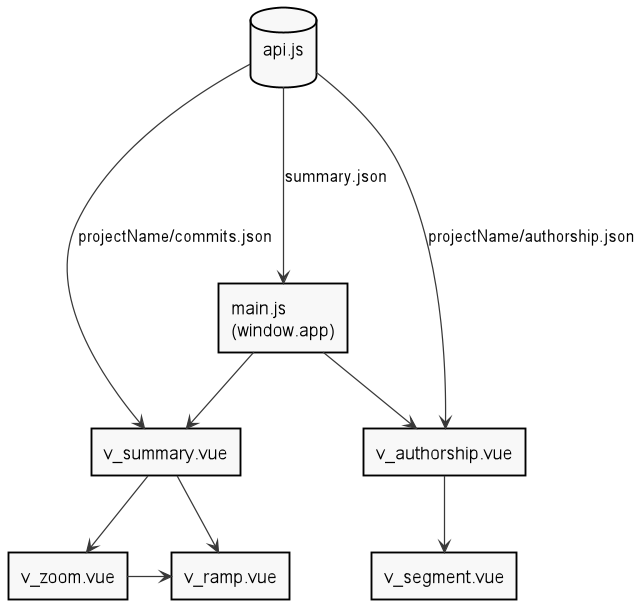
reposense/RepoSense keeps this PlantUML diagram as docs/images/report-architecture.png. Above is the earlier version.
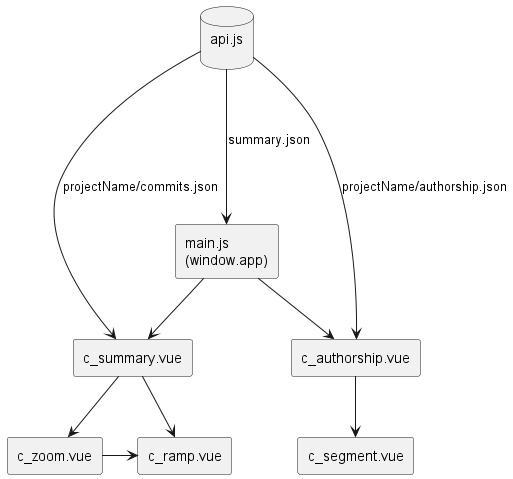
After the change.

Commit message:
Update architecture diagrams

Change to the diagram source:
```diff
@@ -4,22 +4,22 @@
 skinparam Shadowing false
 
 rectangle "main.js\n(window.app)" as main
-rectangle "v_zoom.vue" as v_zoom
-rectangle "v_ramp.vue" as v_ramp
-rectangle "v_summary.vue" as v_summary
-rectangle "v_authorship.vue" as v_authorship
-rectangle "v_segment.vue" as v_segment
+rectangle "c_zoom.vue" as c_zoom
+rectangle "c_ramp.vue" as c_ramp
+rectangle "c_summary.vue" as c_summary
+rectangle "c_authorship.vue" as c_authorship
+rectangle "c_segment.vue" as c_segment
 database "api.js\n" as api
 
-main -down-> v_summary
-v_summary -down-> v_zoom
-v_summary -> v_ramp
-v_zoom -> v_ramp
+main -down-> c_summary
+c_summary -down-> c_zoom
+c_summary -> c_ramp
+c_zoom -> c_ramp
 
-main -down-> v_authorship
-v_authorship -down-> v_segment
+main -down-> c_authorship
+c_authorship -down-> c_segment
 
 api -down--> main : summary.json
-api -down-> v_summary : projectName/commits.json
-api -down-> v_authorship : projectName/authorship.json
+api -down-> c_summary : projectName/commits.json
+api -down-> c_authorship : projectName/authorship.json
 @enduml
```
